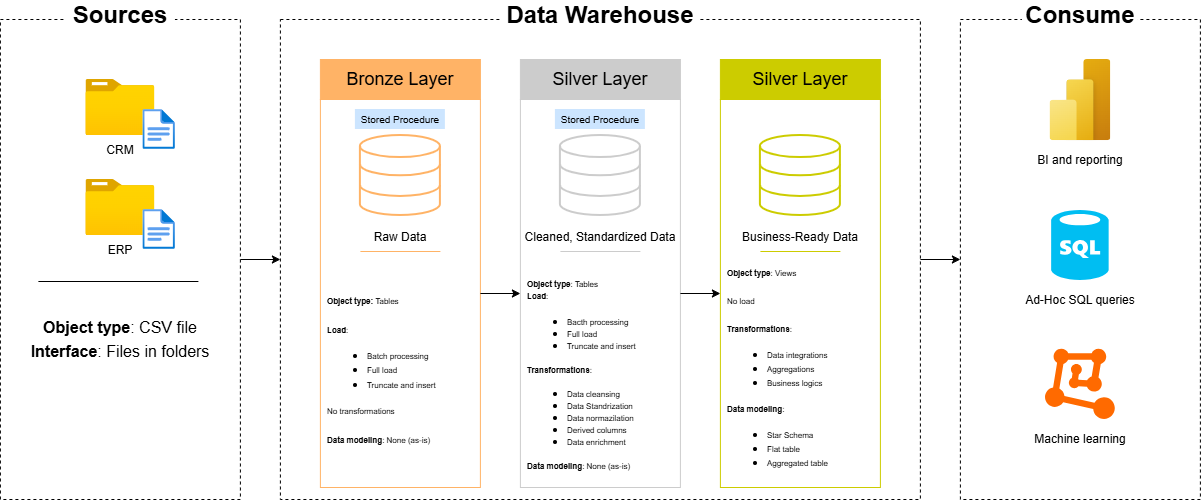
MatheusVenturaNellessen/dwh-bootcamp keeps this draw.io diagram as docs/dwh_architecture.png. Above is the earlier version. Source tidied: cells renumbered, new cells last; positions are measured from the earlier drawing's top-left corner, leaving out a move shared by most shapes.
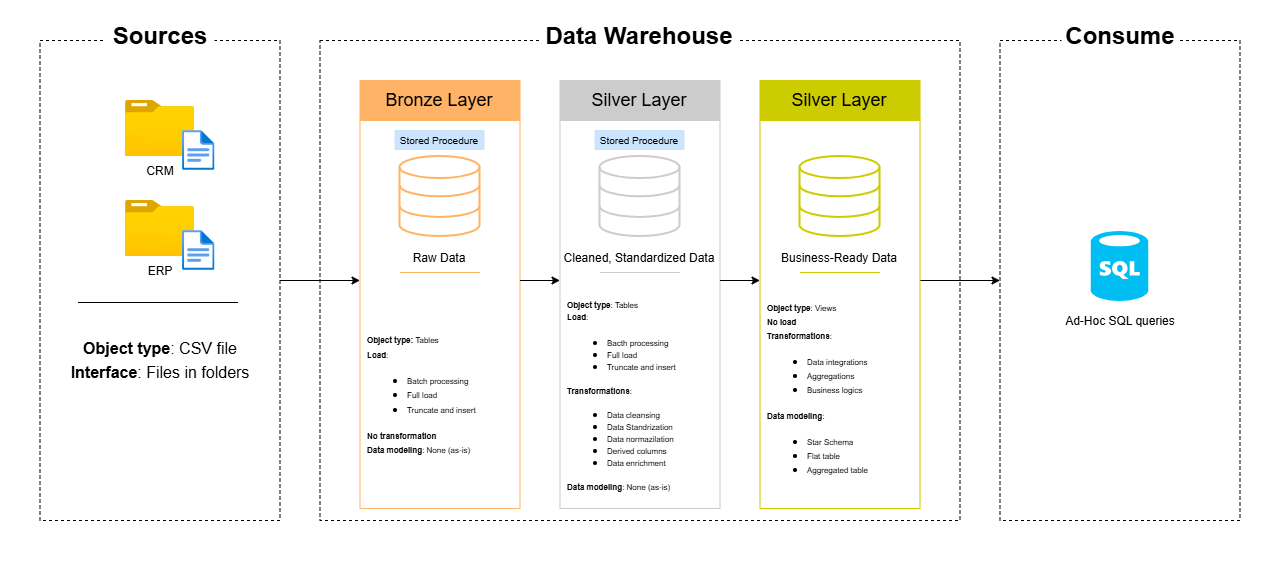
The same diagram one commit later.

Commit message:
docs: update dwh architecture diagram

The edit, as a diff of the source:
```diff
@@ -2,33 +2,49 @@
   <root>
     <mxCell id="0" />
     <mxCell id="1" parent="0" />
+    <mxCell id="46" style="rounded=0;whiteSpace=wrap;html=1;fillColor=none;strokeColor=none;" parent="1" vertex="1">
+      <mxGeometry x="-40" y="-21" width="1280" height="560" as="geometry" />
+    </mxCell>
+    <mxCell id="9" style="rounded=0;whiteSpace=wrap;html=1;fillColor=none;strokeColor=#FFB366;" parent="1" vertex="1">
+      <mxGeometry x="320" y="99" width="160" height="388" as="geometry" />
+    </mxCell>
+    <mxCell id="8" style="rounded=0;whiteSpace=wrap;html=1;fillColor=none;strokeColor=#CCCCCC;" parent="1" vertex="1">
+      <mxGeometry x="520" y="99" width="160" height="388" as="geometry" />
+    </mxCell>
+    <mxCell id="4" style="rounded=0;whiteSpace=wrap;html=1;fillColor=none;dashed=1;" parent="1" vertex="1">
+      <mxGeometry x="280" y="19" width="640" height="480" as="geometry" />
+    </mxCell>
+    <mxCell id="47" style="edgeStyle=orthogonalEdgeStyle;rounded=0;jettySize=auto;html=1;entryX=0;entryY=0.5;entryDx=0;entryDy=0;exitX=1;exitY=0;exitDx=0;exitDy=0;" parent="1" edge="1" source="3" target="36">
+      <mxGeometry relative="1" as="geometry">
+        <Array as="points">
+          <mxPoint x="900" y="259" />
+          <mxPoint x="900" y="259" />
+        </Array>
+      </mxGeometry>
+    </mxCell>
+    <mxCell id="7" style="rounded=0;whiteSpace=wrap;html=1;fillColor=none;strokeColor=#CCCC00;" parent="1" vertex="1">
+      <mxGeometry x="720" y="99" width="160" height="388" as="geometry" />
+    </mxCell>
     <mxCell id="2" value="&lt;div style=&quot;line-height: 150%;&quot;&gt;&lt;font style=&quot;font-size: 16px; line-height: 150%;&quot;&gt;&lt;b&gt;Object type&lt;/b&gt;: CSV file&lt;/font&gt;&lt;div&gt;&lt;font style=&quot;font-size: 16px; line-height: 150%;&quot;&gt;&lt;b&gt;Interface&lt;/b&gt;: Files in folders&lt;/font&gt;&lt;/div&gt;&lt;/div&gt;" style="text;html=1;whiteSpace=wrap;strokeColor=none;fillColor=none;align=center;verticalAlign=middle;rounded=0;" parent="1" vertex="1">
       <mxGeometry y="299" width="240" height="80" as="geometry" />
     </mxCell>
-    <mxCell id="3" value="&lt;div style=&quot;line-height: 100%;&quot;&gt;&lt;font style=&quot;font-size: 8px;&quot;&gt;&lt;b style=&quot;&quot;&gt;Object t&lt;/b&gt;&lt;b style=&quot;background-color: transparent; color: light-dark(rgb(0, 0, 0), rgb(255, 255, 255));&quot;&gt;ype&lt;/b&gt;&lt;span style=&quot;background-color: transparent; color: light-dark(rgb(0, 0, 0), rgb(255, 255, 255));&quot;&gt;: Views&lt;/span&gt;&lt;/font&gt;&lt;div&gt;&lt;div&gt;&lt;b&gt;&lt;font style=&quot;font-size: 8px;&quot;&gt;&lt;br&gt;&lt;/font&gt;&lt;/b&gt;&lt;/div&gt;&lt;div&gt;&lt;font style=&quot;font-size: 8px;&quot;&gt;No load&lt;/font&gt;&lt;/div&gt;&lt;div&gt;&lt;b style=&quot;background-color: transparent; color: light-dark(rgb(0, 0, 0), rgb(255, 255, 255));&quot;&gt;&lt;font style=&quot;font-size: 8px;&quot;&gt;&lt;br&gt;&lt;/font&gt;&lt;/b&gt;&lt;/div&gt;&lt;div&gt;&lt;font style=&quot;font-size: 8px;&quot;&gt;&lt;b style=&quot;background-color: transparent; color: light-dark(rgb(0, 0, 0), rgb(255, 255, 255));&quot;&gt;Transformations&lt;/b&gt;&lt;span style=&quot;background-color: transparent; color: light-dark(rgb(0, 0, 0), rgb(255, 255, 255));&quot;&gt;:&lt;/span&gt;&lt;/font&gt;&lt;/div&gt;&lt;div&gt;&lt;ul&gt;&lt;li&gt;&lt;font style=&quot;font-size: 8px;&quot;&gt;Data integrations&lt;/font&gt;&lt;/li&gt;&lt;li&gt;&lt;font style=&quot;font-size: 8px;&quot;&gt;Aggregations&lt;/font&gt;&lt;/li&gt;&lt;li&gt;&lt;font style=&quot;font-size: 8px;&quot;&gt;Business logics&lt;/font&gt;&lt;/li&gt;&lt;/ul&gt;&lt;font style=&quot;font-size: 8px;&quot;&gt;&lt;b&gt;Data modeling&lt;/b&gt;:&lt;/font&gt;&lt;/div&gt;&lt;/div&gt;&lt;div&gt;&lt;ul&gt;&lt;li&gt;&lt;font style=&quot;font-size: 8px;&quot;&gt;Star Schema&lt;/font&gt;&lt;/li&gt;&lt;li&gt;&lt;font style=&quot;font-size: 8px;&quot;&gt;Flat table&lt;/font&gt;&lt;/li&gt;&lt;li&gt;&lt;font style=&quot;font-size: 8px;&quot;&gt;Aggregated table&lt;/font&gt;&lt;/li&gt;&lt;/ul&gt;&lt;/div&gt;&lt;/div&gt;" style="text;html=1;whiteSpace=wrap;strokeColor=none;fillColor=none;align=left;verticalAlign=middle;rounded=0;spacingLeft=5;" parent="1" vertex="1">
+    <mxCell id="3" value="&lt;div style=&quot;line-height: 100%;&quot;&gt;&lt;font style=&quot;font-size: 8px;&quot;&gt;&lt;b style=&quot;&quot;&gt;Object t&lt;/b&gt;&lt;b style=&quot;background-color: transparent; color: light-dark(rgb(0, 0, 0), rgb(255, 255, 255));&quot;&gt;ype&lt;/b&gt;&lt;span style=&quot;background-color: transparent; color: light-dark(rgb(0, 0, 0), rgb(255, 255, 255));&quot;&gt;: Views&lt;/span&gt;&lt;/font&gt;&lt;div&gt;&lt;div&gt;&lt;span style=&quot;font-size: 8px; background-color: transparent; color: light-dark(rgb(0, 0, 0), rgb(255, 255, 255));&quot;&gt;&lt;b&gt;No load&lt;/b&gt;&lt;/span&gt;&lt;/div&gt;&lt;div&gt;&lt;b style=&quot;font-size: 8px; background-color: transparent; color: light-dark(rgb(0, 0, 0), rgb(255, 255, 255));&quot;&gt;Transformations&lt;/b&gt;&lt;span style=&quot;font-size: 8px; background-color: transparent; color: light-dark(rgb(0, 0, 0), rgb(255, 255, 255));&quot;&gt;:&lt;/span&gt;&lt;/div&gt;&lt;div&gt;&lt;ul&gt;&lt;li&gt;&lt;font style=&quot;font-size: 8px;&quot;&gt;Data integrations&lt;/font&gt;&lt;/li&gt;&lt;li&gt;&lt;font style=&quot;font-size: 8px;&quot;&gt;Aggregations&lt;/font&gt;&lt;/li&gt;&lt;li&gt;&lt;font style=&quot;font-size: 8px;&quot;&gt;Business logics&lt;/font&gt;&lt;/li&gt;&lt;/ul&gt;&lt;font style=&quot;font-size: 8px;&quot;&gt;&lt;b&gt;Data modeling&lt;/b&gt;:&lt;/font&gt;&lt;/div&gt;&lt;/div&gt;&lt;div&gt;&lt;ul&gt;&lt;li&gt;&lt;font style=&quot;font-size: 8px;&quot;&gt;Star Schema&lt;/font&gt;&lt;/li&gt;&lt;li&gt;&lt;font style=&quot;font-size: 8px;&quot;&gt;Flat table&lt;/font&gt;&lt;/li&gt;&lt;li&gt;&lt;font style=&quot;font-size: 8px;&quot;&gt;Aggregated table&lt;/font&gt;&lt;/li&gt;&lt;/ul&gt;&lt;/div&gt;&lt;/div&gt;" style="text;html=1;whiteSpace=wrap;strokeColor=none;fillColor=none;align=left;verticalAlign=middle;rounded=0;spacingLeft=5;" parent="1" vertex="1">
       <mxGeometry x="720" y="259" width="160" height="228" as="geometry" />
     </mxCell>
-    <mxCell id="4" style="rounded=0;whiteSpace=wrap;html=1;fillColor=none;dashed=1;" parent="1" vertex="1">
-      <mxGeometry x="280" y="19" width="640" height="480" as="geometry" />
-    </mxCell>
     <mxCell id="5" value="&lt;div style=&quot;line-height: 100%;&quot;&gt;&lt;font style=&quot;line-height: 100%; font-size: 8px;&quot;&gt;&lt;b style=&quot;&quot;&gt;Object type&lt;/b&gt;: Tables&lt;/font&gt;&lt;div&gt;&lt;font style=&quot;font-size: 8px;&quot;&gt;&lt;b style=&quot;background-color: transparent; color: light-dark(rgb(0, 0, 0), rgb(255, 255, 255)); line-height: 100%;&quot;&gt;Load&lt;/b&gt;&lt;span style=&quot;background-color: transparent; color: light-dark(rgb(0, 0, 0), rgb(255, 255, 255)); line-height: 100%;&quot;&gt;:&lt;/span&gt;&lt;/font&gt;&lt;/div&gt;&lt;div&gt;&lt;ul&gt;&lt;li&gt;&lt;font style=&quot;line-height: 100%; font-size: 8px;&quot;&gt;Bacth processing&lt;/font&gt;&lt;/li&gt;&lt;li&gt;&lt;font style=&quot;line-height: 100%; font-size: 8px;&quot;&gt;Full load&lt;/font&gt;&lt;/li&gt;&lt;li&gt;&lt;font style=&quot;line-height: 100%; font-size: 8px;&quot;&gt;Truncate and insert&lt;/font&gt;&lt;/li&gt;&lt;/ul&gt;&lt;font style=&quot;line-height: 100%; font-size: 8px;&quot;&gt;&lt;b&gt;Transformations&lt;/b&gt;:&lt;/font&gt;&lt;/div&gt;&lt;div&gt;&lt;ul&gt;&lt;li&gt;&lt;font style=&quot;line-height: 100%; font-size: 8px;&quot;&gt;Data cleansing&lt;/font&gt;&lt;/li&gt;&lt;li&gt;&lt;font style=&quot;line-height: 100%; font-size: 8px;&quot;&gt;Data Standrization&lt;/font&gt;&lt;/li&gt;&lt;li&gt;&lt;font style=&quot;line-height: 100%; font-size: 8px;&quot;&gt;Data normazilation&lt;/font&gt;&lt;/li&gt;&lt;li&gt;&lt;font style=&quot;line-height: 100%; font-size: 8px;&quot;&gt;Derived columns&lt;/font&gt;&lt;/li&gt;&lt;li&gt;&lt;font style=&quot;line-height: 100%; font-size: 8px;&quot;&gt;Data enrichment&lt;/font&gt;&lt;/li&gt;&lt;/ul&gt;&lt;font style=&quot;line-height: 100%; font-size: 8px;&quot;&gt;&lt;b style=&quot;&quot;&gt;Data modeling&lt;/b&gt;: None (as-is)&lt;/font&gt;&lt;/div&gt;&lt;/div&gt;" style="text;html=1;whiteSpace=wrap;strokeColor=none;fillColor=none;align=left;verticalAlign=middle;rounded=0;spacingLeft=5;" parent="1" vertex="1">
       <mxGeometry x="520" y="259" width="160" height="228" as="geometry" />
     </mxCell>
-    <mxCell id="6" value="&lt;font style=&quot;font-size: 8px;&quot;&gt;&lt;b style=&quot;&quot;&gt;Object type: &lt;/b&gt;Tables&lt;/font&gt;&lt;div&gt;&lt;font style=&quot;font-size: 8px;&quot;&gt;&lt;br&gt;&lt;/font&gt;&lt;div&gt;&lt;font style=&quot;font-size: 8px;&quot;&gt;&lt;b&gt;Load&lt;/b&gt;:&lt;/font&gt;&lt;/div&gt;&lt;div&gt;&lt;ul&gt;&lt;li&gt;&lt;font style=&quot;font-size: 8px;&quot;&gt;Batch processing&lt;/font&gt;&lt;/li&gt;&lt;li&gt;&lt;font style=&quot;font-size: 8px;&quot;&gt;Full load&lt;/font&gt;&lt;/li&gt;&lt;li&gt;&lt;font style=&quot;font-size: 8px;&quot;&gt;Truncate and insert&lt;/font&gt;&lt;/li&gt;&lt;/ul&gt;&lt;font style=&quot;font-size: 8px;&quot;&gt;No transformations&lt;/font&gt;&lt;/div&gt;&lt;div&gt;&lt;font style=&quot;font-size: 8px;&quot;&gt;&lt;br&gt;&lt;/font&gt;&lt;/div&gt;&lt;div&gt;&lt;font style=&quot;font-size: 8px;&quot;&gt;&lt;b style=&quot;&quot;&gt;Data modeling&lt;/b&gt;: None (as-is)&lt;/font&gt;&lt;/div&gt;&lt;/div&gt;" style="text;html=1;whiteSpace=wrap;strokeColor=none;fillColor=none;align=left;verticalAlign=middle;rounded=0;spacingLeft=5;" parent="1" vertex="1">
-      <mxGeometry x="320" y="250" width="160" height="237" as="geometry" />
+    <mxCell id="6" value="&lt;font style=&quot;font-size: 8px;&quot;&gt;&lt;b style=&quot;&quot;&gt;Object type: &lt;/b&gt;Tables&lt;/font&gt;&lt;div&gt;&lt;div&gt;&lt;font style=&quot;font-size: 8px;&quot;&gt;&lt;b&gt;Load&lt;/b&gt;:&lt;/font&gt;&lt;/div&gt;&lt;div&gt;&lt;ul&gt;&lt;li&gt;&lt;font style=&quot;font-size: 8px;&quot;&gt;Batch processing&lt;/font&gt;&lt;/li&gt;&lt;li&gt;&lt;font style=&quot;font-size: 8px;&quot;&gt;Full load&lt;/font&gt;&lt;/li&gt;&lt;li&gt;&lt;font style=&quot;font-size: 8px;&quot;&gt;Truncate and insert&lt;/font&gt;&lt;/li&gt;&lt;/ul&gt;&lt;font style=&quot;font-size: 8px;&quot;&gt;&lt;b&gt;No transformation&lt;/b&gt;&lt;/font&gt;&lt;/div&gt;&lt;div&gt;&lt;b style=&quot;font-size: 8px; background-color: transparent; color: light-dark(rgb(0, 0, 0), rgb(255, 255, 255));&quot;&gt;Data modeling&lt;/b&gt;&lt;span style=&quot;font-size: 8px; background-color: transparent; color: light-dark(rgb(0, 0, 0), rgb(255, 255, 255));&quot;&gt;: None (as-is)&lt;/span&gt;&lt;/div&gt;&lt;/div&gt;" style="text;html=1;whiteSpace=wrap;strokeColor=none;fillColor=none;align=left;verticalAlign=middle;rounded=0;spacingLeft=5;" parent="1" vertex="1">
+      <mxGeometry x="320" y="259" width="160" height="228" as="geometry" />
     </mxCell>
-    <mxCell id="7" style="rounded=0;whiteSpace=wrap;html=1;fillColor=none;strokeColor=#CCCC00;" parent="1" vertex="1">
-      <mxGeometry x="720" y="99" width="160" height="388" as="geometry" />
-    </mxCell>
-    <mxCell id="8" style="rounded=0;whiteSpace=wrap;html=1;fillColor=none;strokeColor=#CCCCCC;" parent="1" vertex="1">
-      <mxGeometry x="520" y="99" width="160" height="388" as="geometry" />
-    </mxCell>
-    <mxCell id="9" style="rounded=0;whiteSpace=wrap;html=1;fillColor=none;strokeColor=#FFB366;" parent="1" vertex="1">
-      <mxGeometry x="320" y="99" width="160" height="388" as="geometry" />
-    </mxCell>
-    <mxCell id="10" style="edgeStyle=orthogonalEdgeStyle;rounded=0;jettySize=auto;html=1;" parent="1" edge="1" source="11" target="4">
-      <mxGeometry relative="1" as="geometry" />
-    </mxCell>
+    <mxCell id="48" style="edgeStyle=orthogonalEdgeStyle;rounded=0;jettySize=auto;html=1;entryX=0;entryY=0;entryDx=0;entryDy=0;" parent="1" edge="1" source="11" target="6">
+      <mxGeometry relative="1" as="geometry">
+        <Array as="points">
+          <mxPoint x="300" y="259" />
+          <mxPoint x="300" y="259" />
+        </Array>
+      </mxGeometry>
+    </mxCell>
     <mxCell id="11" style="rounded=0;whiteSpace=wrap;html=1;fillColor=none;dashed=1;" parent="1" vertex="1">
       <mxGeometry y="19" width="240" height="480" as="geometry" />
     </mxCell>
@@ -59,17 +75,19 @@
         <mxPoint x="198" y="281" as="targetPoint" />
       </mxGeometry>
     </mxCell>
-    <mxCell id="20" style="edgeStyle=orthogonalEdgeStyle;rounded=0;jettySize=auto;html=1;exitX=1;exitY=0.5;exitDx=0;exitDy=0;entryX=0;entryY=0.5;entryDx=0;entryDy=0;" parent="1" edge="1" source="4" target="36">
-      <mxGeometry relative="1" as="geometry" />
-    </mxCell>
     <mxCell id="21" value="&lt;font style=&quot;font-size: 24px;&quot;&gt;&lt;b&gt;Data Warehouse&lt;/b&gt;&lt;/font&gt;" style="text;html=1;whiteSpace=wrap;strokeColor=none;fillColor=default;align=center;verticalAlign=middle;rounded=0;" parent="1" vertex="1">
       <mxGeometry x="500" width="200" height="30" as="geometry" />
     </mxCell>
     <mxCell id="22" value="&lt;font style=&quot;font-size: 18px;&quot;&gt;Bronze Layer&lt;/font&gt;" style="text;html=1;whiteSpace=wrap;strokeColor=#FFB366;fillColor=#FFB366;align=center;verticalAlign=middle;rounded=0;gradientColor=none;" parent="1" vertex="1">
       <mxGeometry x="320" y="59" width="160" height="40" as="geometry" />
     </mxCell>
-    <mxCell id="23" style="edgeStyle=orthogonalEdgeStyle;rounded=0;jettySize=auto;html=1;entryX=0;entryY=0.5;entryDx=0;entryDy=0;" parent="1" edge="1" source="9" target="8">
-      <mxGeometry relative="1" as="geometry" />
+    <mxCell id="23" style="edgeStyle=orthogonalEdgeStyle;rounded=0;jettySize=auto;html=1;entryX=0;entryY=0;entryDx=0;entryDy=0;exitX=1;exitY=0;exitDx=0;exitDy=0;" parent="1" edge="1" source="6" target="5">
+      <mxGeometry relative="1" as="geometry">
+        <Array as="points">
+          <mxPoint x="500" y="259" />
+          <mxPoint x="500" y="259" />
+        </Array>
+      </mxGeometry>
     </mxCell>
     <mxCell id="24" style="html=1;verticalLabelPosition=bottom;align=center;labelBackgroundColor=#ffffff;verticalAlign=top;strokeWidth=2;strokeColor=light-dark(#FFB366,#FFB366);shadow=0;dashed=0;shape=mxgraph.ios7.icons.data;" parent="1" vertex="1">
       <mxGeometry x="360" y="135" width="80" height="80" as="geometry" />
@@ -86,8 +104,13 @@
     <mxCell id="27" value="&lt;font style=&quot;font-size: 18px;&quot;&gt;Silver Layer&lt;/font&gt;" style="text;html=1;whiteSpace=wrap;strokeColor=#CCCCCC;fillColor=#CCCCCC;align=center;verticalAlign=middle;rounded=0;gradientColor=none;" parent="1" vertex="1">
       <mxGeometry x="520" y="59" width="160" height="40" as="geometry" />
     </mxCell>
-    <mxCell id="28" style="edgeStyle=orthogonalEdgeStyle;rounded=0;jettySize=auto;html=1;exitX=1;exitY=0.5;exitDx=0;exitDy=0;entryX=0;entryY=0.5;entryDx=0;entryDy=0;" parent="1" edge="1" source="8" target="7">
-      <mxGeometry relative="1" as="geometry" />
+    <mxCell id="28" style="edgeStyle=orthogonalEdgeStyle;rounded=0;jettySize=auto;html=1;exitX=1;exitY=0;exitDx=0;exitDy=0;entryX=0;entryY=0;entryDx=0;entryDy=0;" parent="1" edge="1" source="5" target="3">
+      <mxGeometry relative="1" as="geometry">
+        <Array as="points">
+          <mxPoint x="700" y="259" />
+          <mxPoint x="700" y="259" />
+        </Array>
+      </mxGeometry>
     </mxCell>
     <mxCell id="29" style="html=1;verticalLabelPosition=bottom;align=center;labelBackgroundColor=#ffffff;verticalAlign=top;strokeWidth=2;strokeColor=light-dark(#CCCCCC,#CCCCCC);shadow=0;dashed=0;shape=mxgraph.ios7.icons.data;fillColor=none;" parent="1" vertex="1">
       <mxGeometry x="560" y="135" width="80" height="80" as="geometry" />
@@ -122,24 +145,12 @@
     <mxCell id="37" value="&lt;font style=&quot;font-size: 24px;&quot;&gt;&lt;b&gt;Consume&lt;/b&gt;&lt;/font&gt;" style="text;html=1;whiteSpace=wrap;strokeColor=none;fillColor=default;align=center;verticalAlign=middle;rounded=0;" parent="1" vertex="1">
       <mxGeometry x="1022" width="116" height="30" as="geometry" />
     </mxCell>
-    <mxCell id="38" value="BI and reporting" style="text;html=1;whiteSpace=wrap;strokeColor=none;fillColor=none;align=center;verticalAlign=middle;rounded=0;" parent="1" vertex="1">
-      <mxGeometry x="1000" y="140.3" width="160" height="40" as="geometry" />
-    </mxCell>
     <mxCell id="39" value="Ad-Hoc SQL queries" style="text;html=1;whiteSpace=wrap;strokeColor=none;fillColor=none;align=center;verticalAlign=middle;rounded=0;" parent="1" vertex="1">
       <mxGeometry x="1000" y="280" width="160" height="40" as="geometry" />
     </mxCell>
-    <mxCell id="40" value="Machine learning" style="text;html=1;whiteSpace=wrap;strokeColor=none;fillColor=none;align=center;verticalAlign=middle;rounded=0;" parent="1" vertex="1">
-      <mxGeometry x="1000" y="419" width="160" height="40" as="geometry" />
-    </mxCell>
     <mxCell id="41" style="verticalLabelPosition=bottom;html=1;verticalAlign=top;align=center;strokeColor=none;fillColor=#00BEF2;shape=mxgraph.azure.sql_database;" parent="1" vertex="1">
       <mxGeometry x="1051.2" y="210" width="57.5" height="70" as="geometry" />
     </mxCell>
-    <mxCell id="42" style="image;html=1;align=center;fontSize=12;image=img/lib/azure2/power_platform/PowerBI.svg;" parent="1" vertex="1">
-      <mxGeometry x="1049.5" y="59" width="61" height="81.3" as="geometry" />
-    </mxCell>
-    <mxCell id="43" style="html=1;align=center;shadow=0;dashed=0;fillColor=#FF6A00;strokeColor=none;shape=mxgraph.alibaba_cloud.machine_learning;" parent="1" vertex="1">
-      <mxGeometry x="1045.1" y="348.8" width="69.8" height="70.2" as="geometry" />
-    </mxCell>
     <mxCell id="44" value="&lt;font style=&quot;font-size: 10px;&quot;&gt;Stored Procedure&lt;/font&gt;" style="text;html=1;whiteSpace=wrap;strokeColor=none;fillColor=#CCE5FF;align=center;verticalAlign=middle;rounded=0;" parent="1" vertex="1">
       <mxGeometry x="355" y="109" width="90" height="20" as="geometry" />
     </mxCell>
```
